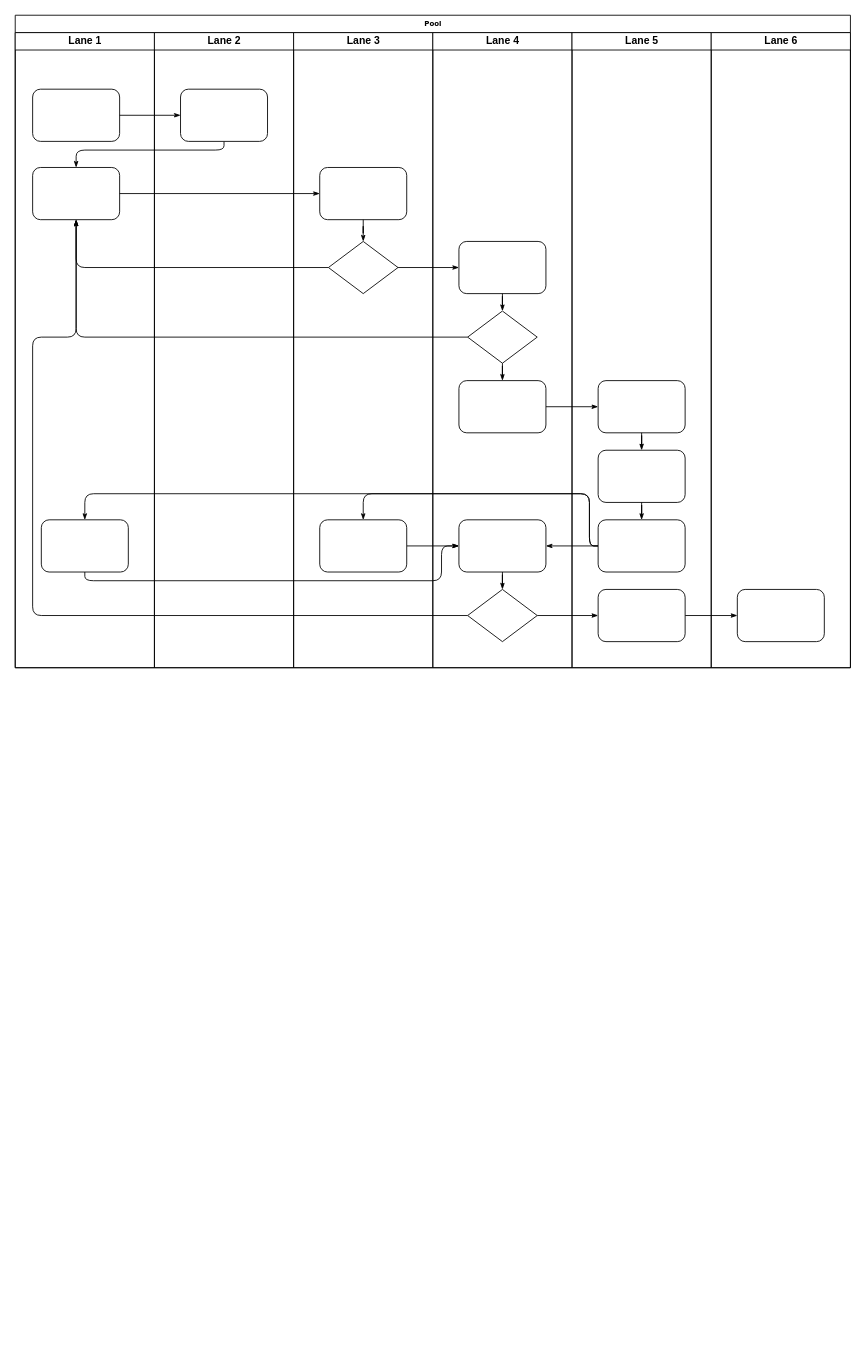
Earlier version of the draw.io diagram 架构设计/外包审核流程图.drawio (haiyunzhu/javaKnowledge). Source tidied: cells renumbered, new cells numbered last; positions are measured from the earlier drawing's top-left corner, leaving out a move shared by most shapes. Both pictures are drawn from the tidied source at 87%, with x=0, y=0 at pixel (15, 15).
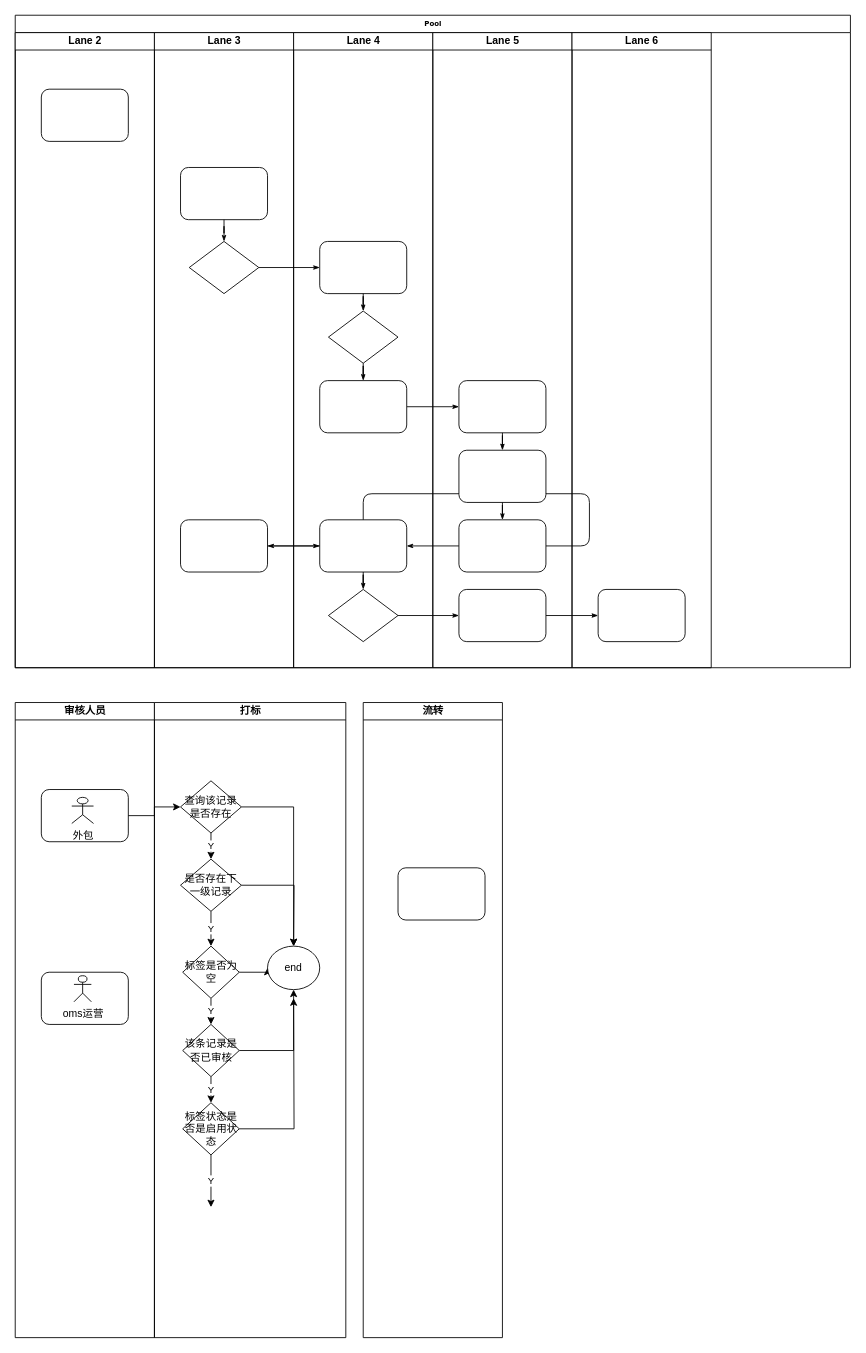
The same page after the edit.

Commit message:
更新外包审核流程图.drawio

The change refers to these unchanged cells:
```xml
<mxCell id="2" value="Pool" style="swimlane;html=1;startSize=20;rounded=0;shadow=0;labelBackgroundColor=none;strokeWidth=1;fontFamily=Verdana;fontSize=8;align=center;" parent="1" vertex="1">
  <mxGeometry width="960" height="750" as="geometry" />
</mxCell>
<mxCell id="23" style="rounded=1;whiteSpace=wrap;html=1;shadow=0;labelBackgroundColor=none;strokeWidth=1;fontFamily=Verdana;fontSize=8;align=center;" parent="22" vertex="1">
  <mxGeometry x="30" y="65" width="100" height="60" as="geometry" />
</mxCell>
<mxCell id="25" style="rounded=1;whiteSpace=wrap;html=1;shadow=0;labelBackgroundColor=none;strokeWidth=1;fontFamily=Verdana;fontSize=8;align=center;" parent="24" vertex="1">
  <mxGeometry x="30" y="155" width="100" height="60" as="geometry" />
</mxCell>
<mxCell id="26" style="rhombus;whiteSpace=wrap;html=1;rounded=0;shadow=0;labelBackgroundColor=none;strokeWidth=1;fontFamily=Verdana;fontSize=8;align=center;" parent="24" vertex="1">
  <mxGeometry x="40" y="240" width="80" height="60" as="geometry" />
</mxCell>
<mxCell id="31" style="rhombus;whiteSpace=wrap;html=1;rounded=0;shadow=0;labelBackgroundColor=none;strokeWidth=1;fontFamily=Verdana;fontSize=8;align=center;" parent="29" vertex="1">
  <mxGeometry x="40" y="320" width="80" height="60" as="geometry" />
</mxCell>
<mxCell id="33" style="rounded=1;whiteSpace=wrap;html=1;shadow=0;labelBackgroundColor=none;strokeWidth=1;fontFamily=Verdana;fontSize=8;align=center;" parent="29" vertex="1">
  <mxGeometry x="30" y="560" width="100" height="60" as="geometry" />
</mxCell>
<mxCell id="34" style="rhombus;whiteSpace=wrap;html=1;rounded=0;shadow=0;labelBackgroundColor=none;strokeWidth=1;fontFamily=Verdana;fontSize=8;align=center;" parent="29" vertex="1">
  <mxGeometry x="40" y="640" width="80" height="60" as="geometry" />
</mxCell>
<mxCell id="41" style="rounded=1;whiteSpace=wrap;html=1;shadow=0;labelBackgroundColor=none;strokeWidth=1;fontFamily=Verdana;fontSize=8;align=center;" parent="38" vertex="1">
  <mxGeometry x="30" y="560" width="100" height="60" as="geometry" />
</mxCell>
```

What changed in the source:
```diff
@@
-    <mxCell id="3" value="Lane 1" style="swimlane;html=1;startSize=20;" parent="2" vertex="1">
-      <mxGeometry y="20" width="160" height="730" as="geometry" />
-    </mxCell>
-    <mxCell id="4" style="rounded=1;whiteSpace=wrap;html=1;shadow=0;labelBackgroundColor=none;strokeWidth=1;fontFamily=Verdana;fontSize=8;align=center;" parent="3" vertex="1">
-      <mxGeometry x="20" y="65" width="100" height="60" as="geometry" />
-    </mxCell>
-    <mxCell id="5" style="rounded=1;whiteSpace=wrap;html=1;shadow=0;labelBackgroundColor=none;strokeWidth=1;fontFamily=Verdana;fontSize=8;align=center;" parent="3" vertex="1">
-      <mxGeometry x="20" y="155" width="100" height="60" as="geometry" />
-    </mxCell>
-    <mxCell id="6" style="rounded=1;whiteSpace=wrap;html=1;shadow=0;labelBackgroundColor=none;strokeWidth=1;fontFamily=Verdana;fontSize=8;align=center;" parent="3" vertex="1">
-      <mxGeometry x="30" y="560" width="100" height="60" as="geometry" />
-    </mxCell>
-    <mxCell id="7" style="edgeStyle=orthogonalEdgeStyle;rounded=1;html=1;labelBackgroundColor=none;startArrow=none;startFill=0;startSize=5;endArrow=classicThin;endFill=1;endSize=5;jettySize=auto;strokeWidth=1;fontFamily=Verdana;fontSize=8;" parent="2" edge="1" source="4" target="23">
-      <mxGeometry relative="1" as="geometry" />
-    </mxCell>
-    <mxCell id="8" style="edgeStyle=orthogonalEdgeStyle;rounded=1;html=1;labelBackgroundColor=none;startArrow=none;startFill=0;startSize=5;endArrow=classicThin;endFill=1;endSize=5;jettySize=auto;strokeWidth=1;fontFamily=Verdana;fontSize=8;" parent="2" edge="1" source="23" target="5">
-      <mxGeometry relative="1" as="geometry">
-        <Array as="points">
-          <mxPoint x="240" y="155" />
-          <mxPoint x="70" y="155" />
-        </Array>
-      </mxGeometry>
-    </mxCell>
-    <mxCell id="9" style="edgeStyle=orthogonalEdgeStyle;rounded=1;html=1;labelBackgroundColor=none;startArrow=none;startFill=0;startSize=5;endArrow=classicThin;endFill=1;endSize=5;jettySize=auto;strokeWidth=1;fontFamily=Verdana;fontSize=8;" parent="2" edge="1" source="5" target="25">
-      <mxGeometry relative="1" as="geometry" />
-    </mxCell>
-    <mxCell id="10" style="edgeStyle=orthogonalEdgeStyle;rounded=1;html=1;labelBackgroundColor=none;startArrow=none;startFill=0;startSize=5;endArrow=classicThin;endFill=1;endSize=5;jettySize=auto;strokeWidth=1;fontFamily=Verdana;fontSize=8;" parent="2" edge="1" source="26" target="5">
-      <mxGeometry relative="1" as="geometry" />
-    </mxCell>
-    <mxCell id="11" style="edgeStyle=orthogonalEdgeStyle;rounded=1;html=1;labelBackgroundColor=none;startArrow=none;startFill=0;startSize=5;endArrow=classicThin;endFill=1;endSize=5;jettySize=auto;strokeWidth=1;fontFamily=Verdana;fontSize=8;" parent="2" edge="1" source="31" target="5">
-      <mxGeometry relative="1" as="geometry" />
-    </mxCell>
-    <mxCell id="12" style="edgeStyle=orthogonalEdgeStyle;rounded=1;html=1;labelBackgroundColor=none;startArrow=none;startFill=0;startSize=5;endArrow=classicThin;endFill=1;endSize=5;jettySize=auto;strokeWidth=1;fontFamily=Verdana;fontSize=8;" parent="2" edge="1" source="34" target="5">
-      <mxGeometry relative="1" as="geometry">
-        <Array as="points">
-          <mxPoint x="20" y="690" />
-          <mxPoint x="20" y="370" />
-          <mxPoint x="70" y="370" />
-        </Array>
-      </mxGeometry>
-    </mxCell>
@@
-    <mxCell id="19" style="edgeStyle=orthogonalEdgeStyle;rounded=1;html=1;labelBackgroundColor=none;startArrow=none;startFill=0;startSize=5;endArrow=classicThin;endFill=1;endSize=5;jettySize=auto;strokeWidth=1;fontFamily=Verdana;fontSize=8;" parent="2" edge="1" source="41" target="6">
-      <mxGeometry relative="1" as="geometry">
-        <Array as="points">
-          <mxPoint x="660" y="610" />
-          <mxPoint x="660" y="550" />
-          <mxPoint x="80" y="550" />
-        </Array>
-      </mxGeometry>
-    </mxCell>
-    <mxCell id="20" style="edgeStyle=orthogonalEdgeStyle;rounded=1;html=1;labelBackgroundColor=none;startArrow=none;startFill=0;startSize=5;endArrow=classicThin;endFill=1;endSize=5;jettySize=auto;strokeWidth=1;fontFamily=Verdana;fontSize=8;" parent="2" edge="1" source="6" target="33">
-      <mxGeometry relative="1" as="geometry">
-        <Array as="points">
-          <mxPoint x="80" y="650" />
-          <mxPoint x="490" y="650" />
-          <mxPoint x="490" y="610" />
-        </Array>
-      </mxGeometry>
-    </mxCell>
@@
     <mxCell id="22" value="Lane 2" style="swimlane;html=1;startSize=20;" parent="2" vertex="1">
-      <mxGeometry x="160" y="20" width="160" height="730" as="geometry" />
+      <mxGeometry y="20" width="160" height="730" as="geometry" />
     </mxCell>
@@
     <mxCell id="24" value="Lane 3" style="swimlane;html=1;startSize=20;" parent="2" vertex="1">
-      <mxGeometry x="320" y="20" width="160" height="730" as="geometry" />
+      <mxGeometry x="160" y="20" width="160" height="730" as="geometry" />
     </mxCell>
@@
     <mxCell id="29" value="Lane 4" style="swimlane;html=1;startSize=20;" parent="2" vertex="1">
-      <mxGeometry x="480" y="20" width="160" height="730" as="geometry" />
+      <mxGeometry x="320" y="20" width="160" height="730" as="geometry" />
     </mxCell>
@@
     <mxCell id="38" value="Lane 5" style="swimlane;html=1;startSize=20;" parent="2" vertex="1">
-      <mxGeometry x="640" y="20" width="160" height="730" as="geometry" />
+      <mxGeometry x="480" y="20" width="160" height="730" as="geometry" />
     </mxCell>
@@
     <mxCell id="45" value="Lane 6" style="swimlane;html=1;startSize=20;" parent="2" vertex="1">
-      <mxGeometry x="800" y="20" width="160" height="730" as="geometry" />
+      <mxGeometry x="640" y="20" width="160" height="730" as="geometry" />
     </mxCell>
@@
+    <mxCell id="3" value="审核人员" style="swimlane;html=1;startSize=20;" parent="1" vertex="1">
+      <mxGeometry y="790" width="160" height="730" as="geometry" />
+    </mxCell>
+    <mxCell id="4" style="rounded=1;whiteSpace=wrap;html=1;shadow=0;labelBackgroundColor=none;strokeWidth=1;fontFamily=Verdana;fontSize=8;align=center;" parent="3" vertex="1">
+      <mxGeometry x="30" y="100" width="100" height="60" as="geometry" />
+    </mxCell>
+    <mxCell id="5" style="rounded=1;whiteSpace=wrap;html=1;shadow=0;labelBackgroundColor=none;strokeWidth=1;fontFamily=Verdana;fontSize=8;align=center;" parent="3" vertex="1">
+      <mxGeometry x="30" y="310" width="100" height="60" as="geometry" />
+    </mxCell>
+    <mxCell id="47" value="外包" style="shape=umlActor;verticalLabelPosition=bottom;verticalAlign=top;html=1;" parent="3" vertex="1">
+      <mxGeometry x="65" y="109" width="25" height="30" as="geometry" />
+    </mxCell>
+    <mxCell id="48" value="oms运营" style="shape=umlActor;verticalLabelPosition=bottom;verticalAlign=top;html=1;" parent="3" vertex="1">
+      <mxGeometry x="67.5" y="314" width="20" height="30" as="geometry" />
+    </mxCell>
+    <mxCell id="49" value="打标" style="swimlane;html=1;startSize=20;" parent="1" vertex="1">
+      <mxGeometry x="160" y="790" width="220" height="730" as="geometry" />
+    </mxCell>
+    <mxCell id="50" value="Y" style="edgeStyle=orthogonalEdgeStyle;rounded=0;jettySize=auto;html=1;exitX=0.5;exitY=1;exitDx=0;exitDy=0;entryX=0.5;entryY=0;entryDx=0;entryDy=0;" parent="49" edge="1" source="52" target="54">
+      <mxGeometry relative="1" as="geometry" />
+    </mxCell>
+    <mxCell id="51" style="edgeStyle=orthogonalEdgeStyle;rounded=0;jettySize=auto;html=1;exitX=1;exitY=0.5;exitDx=0;exitDy=0;entryX=0.5;entryY=0;entryDx=0;entryDy=0;" parent="49" edge="1" source="52" target="62">
+      <mxGeometry relative="1" as="geometry" />
+    </mxCell>
+    <mxCell id="52" value="查询该记录是否存在" style="rhombus;whiteSpace=wrap;html=1;" parent="49" vertex="1">
+      <mxGeometry x="30" y="90" width="70" height="60" as="geometry" />
+    </mxCell>
+    <mxCell id="53" value="Y" style="edgeStyle=orthogonalEdgeStyle;rounded=0;jettySize=auto;html=1;exitX=0.5;exitY=1;exitDx=0;exitDy=0;entryX=0.5;entryY=0;entryDx=0;entryDy=0;" parent="49" edge="1" source="54" target="57">
+      <mxGeometry relative="1" as="geometry" />
+    </mxCell>
+    <mxCell id="54" value="是否存在下一级记录" style="rhombus;whiteSpace=wrap;html=1;" parent="49" vertex="1">
+      <mxGeometry x="30" y="180" width="70" height="60" as="geometry" />
+    </mxCell>
+    <mxCell id="55" value="Y" style="edgeStyle=orthogonalEdgeStyle;rounded=0;jettySize=auto;html=1;exitX=0.5;exitY=1;exitDx=0;exitDy=0;entryX=0.5;entryY=0;entryDx=0;entryDy=0;" parent="49" edge="1" source="57" target="60">
+      <mxGeometry relative="1" as="geometry" />
+    </mxCell>
+    <mxCell id="56" style="edgeStyle=orthogonalEdgeStyle;rounded=0;jettySize=auto;html=1;exitX=1;exitY=0.5;exitDx=0;exitDy=0;entryX=0;entryY=0.5;entryDx=0;entryDy=0;" parent="49" edge="1" source="57" target="62">
+      <mxGeometry relative="1" as="geometry" />
+    </mxCell>
+    <mxCell id="57" value="标签是否为空" style="rhombus;whiteSpace=wrap;html=1;" parent="49" vertex="1">
+      <mxGeometry x="32.5" y="280" width="65" height="60" as="geometry" />
+    </mxCell>
+    <mxCell id="58" value="Y" style="edgeStyle=orthogonalEdgeStyle;rounded=0;jettySize=auto;html=1;exitX=0.5;exitY=1;exitDx=0;exitDy=0;entryX=0.5;entryY=0;entryDx=0;entryDy=0;" parent="49" edge="1" source="60" target="61">
+      <mxGeometry relative="1" as="geometry" />
+    </mxCell>
+    <mxCell id="59" style="edgeStyle=orthogonalEdgeStyle;rounded=0;jettySize=auto;html=1;exitX=1;exitY=0.5;exitDx=0;exitDy=0;entryX=0.5;entryY=1;entryDx=0;entryDy=0;" parent="49" edge="1" source="60" target="62">
+      <mxGeometry relative="1" as="geometry" />
+    </mxCell>
+    <mxCell id="60" value="该条记录是否已审核" style="rhombus;whiteSpace=wrap;html=1;" parent="49" vertex="1">
+      <mxGeometry x="32.5" y="370" width="65" height="60" as="geometry" />
+    </mxCell>
+    <mxCell id="61" value="标签状态是否是启用状态" style="rhombus;whiteSpace=wrap;html=1;" parent="49" vertex="1">
+      <mxGeometry x="32.5" y="460" width="65" height="60" as="geometry" />
+    </mxCell>
+    <mxCell id="62" value="end" style="ellipse;whiteSpace=wrap;html=1;" parent="49" vertex="1">
+      <mxGeometry x="130" y="280" width="60" height="50" as="geometry" />
+    </mxCell>
+    <mxCell id="63" value="流转" style="swimlane;html=1;startSize=20;" parent="1" vertex="1">
+      <mxGeometry x="400" y="790" width="160" height="730" as="geometry" />
+    </mxCell>
+    <mxCell id="64" style="rounded=1;whiteSpace=wrap;html=1;shadow=0;labelBackgroundColor=none;strokeWidth=1;fontFamily=Verdana;fontSize=8;align=center;" parent="63" vertex="1">
+      <mxGeometry x="40" y="190" width="100" height="60" as="geometry" />
+    </mxCell>
+    <mxCell id="65" style="edgeStyle=orthogonalEdgeStyle;rounded=0;jettySize=auto;html=1;exitX=1;exitY=0.5;exitDx=0;exitDy=0;entryX=0;entryY=0.5;entryDx=0;entryDy=0;" parent="1" edge="1" source="4" target="52">
+      <mxGeometry relative="1" as="geometry" />
+    </mxCell>
+    <mxCell id="66" style="edgeStyle=orthogonalEdgeStyle;rounded=0;jettySize=auto;html=1;exitX=1;exitY=0.5;exitDx=0;exitDy=0;" parent="1" edge="1" source="54">
+      <mxGeometry relative="1" as="geometry">
+        <mxPoint x="320" y="1070" as="targetPoint" />
+      </mxGeometry>
+    </mxCell>
+    <mxCell id="67" style="edgeStyle=orthogonalEdgeStyle;rounded=0;jettySize=auto;html=1;exitX=1;exitY=0.5;exitDx=0;exitDy=0;" parent="1" edge="1" source="61">
+      <mxGeometry relative="1" as="geometry">
+        <mxPoint x="320" y="1130" as="targetPoint" />
+      </mxGeometry>
+    </mxCell>
+    <mxCell id="68" value="Y" style="edgeStyle=orthogonalEdgeStyle;rounded=0;jettySize=auto;html=1;exitX=0.5;exitY=1;exitDx=0;exitDy=0;" parent="1" edge="1" source="61">
+      <mxGeometry relative="1" as="geometry">
+        <mxPoint x="225" y="1370" as="targetPoint" />
+      </mxGeometry>
+    </mxCell>
```
